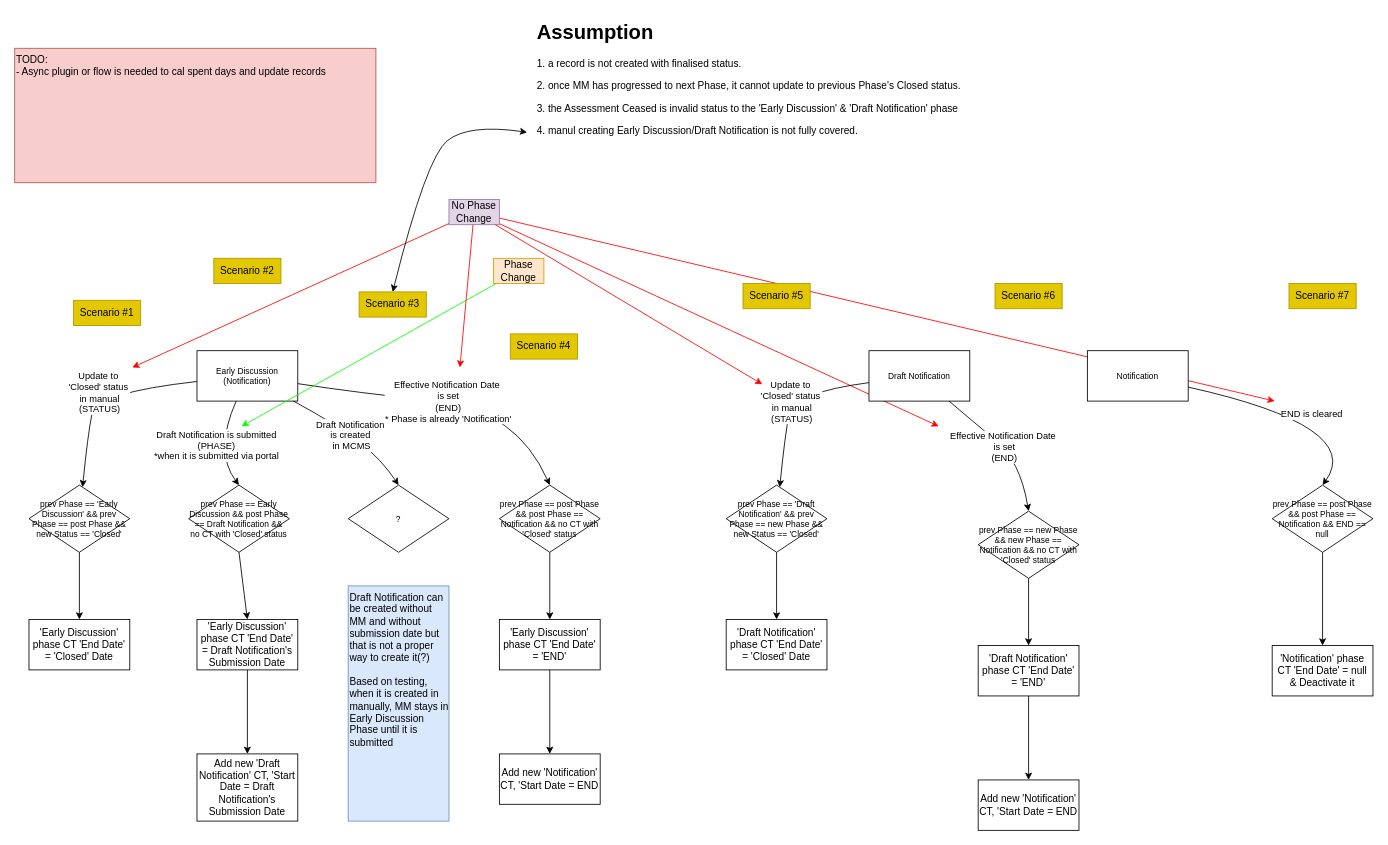
Earlier version of the draw.io diagram page "Phase" (2 of 2) of logging/Merger Matter Phase and Status.drawio (danieldotskc/helloworld). Source tidied: cells renumbered, new cells numbered last; positions are measured from the earlier drawing's top-left corner, leaving out a move shared by most shapes. Both pictures are drawn from the tidied source at 84%, with x=0, y=0 at pixel (14, 14).
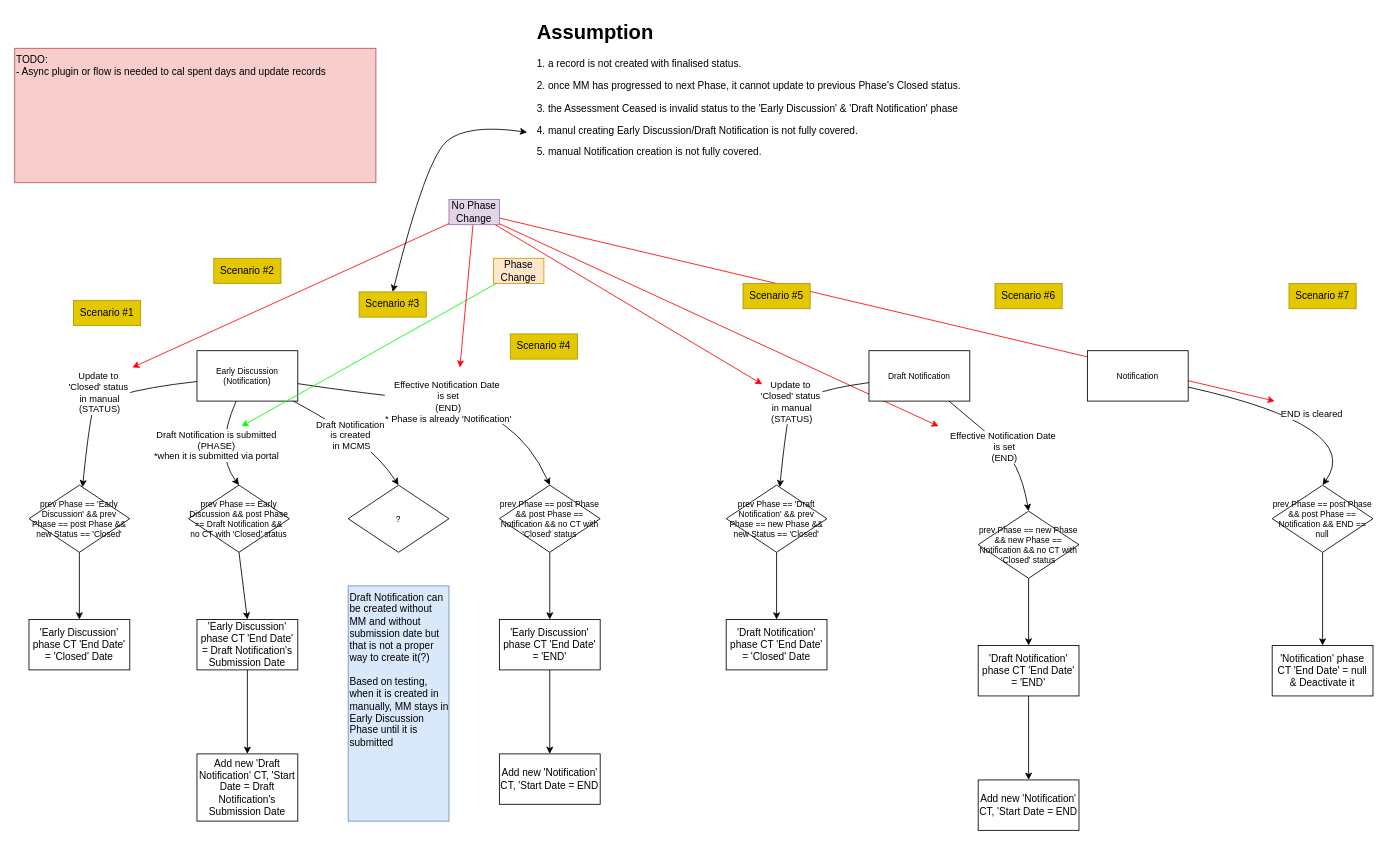
Above is the later version.

Diff of the diagram source:
```diff
@@
-    <mxCell id="6" value="&lt;h1 style=&quot;margin-top: 0px;&quot;&gt;Assumption&lt;/h1&gt;&lt;p&gt;1. a record is not created with finalised status.&lt;/p&gt;&lt;p&gt;2. once MM has progressed to next Phase, it cannot update to previous Phase's Closed status.&lt;/p&gt;&lt;p&gt;3. the Assessment Ceased is invalid status to the 'Early Discussion' &amp;amp; 'Draft Notification' phase&lt;/p&gt;&lt;p&gt;4. manul creating Early Discussion/Draft Notification is not fully covered.&lt;/p&gt;" style="text;html=1;whiteSpace=wrap;overflow=hidden;rounded=0;" parent="1" vertex="1">
+    <mxCell id="6" value="&lt;h1 style=&quot;margin-top: 0px;&quot;&gt;Assumption&lt;/h1&gt;&lt;p&gt;1. a record is not created with finalised status.&lt;/p&gt;&lt;p&gt;2. once MM has progressed to next Phase, it cannot update to previous Phase's Closed status.&lt;/p&gt;&lt;p&gt;3. the Assessment Ceased is invalid status to the 'Early Discussion' &amp;amp; 'Draft Notification' phase&lt;/p&gt;&lt;p&gt;4. manul creating Early Discussion/Draft Notification is not fully covered.&lt;/p&gt;&lt;p&gt;5. manual Notification creation is not fully covered.&lt;/p&gt;" style="text;html=1;whiteSpace=wrap;overflow=hidden;rounded=0;" parent="1" vertex="1">
       <mxGeometry x="620" width="940" height="170" as="geometry" />
     </mxCell>
```
